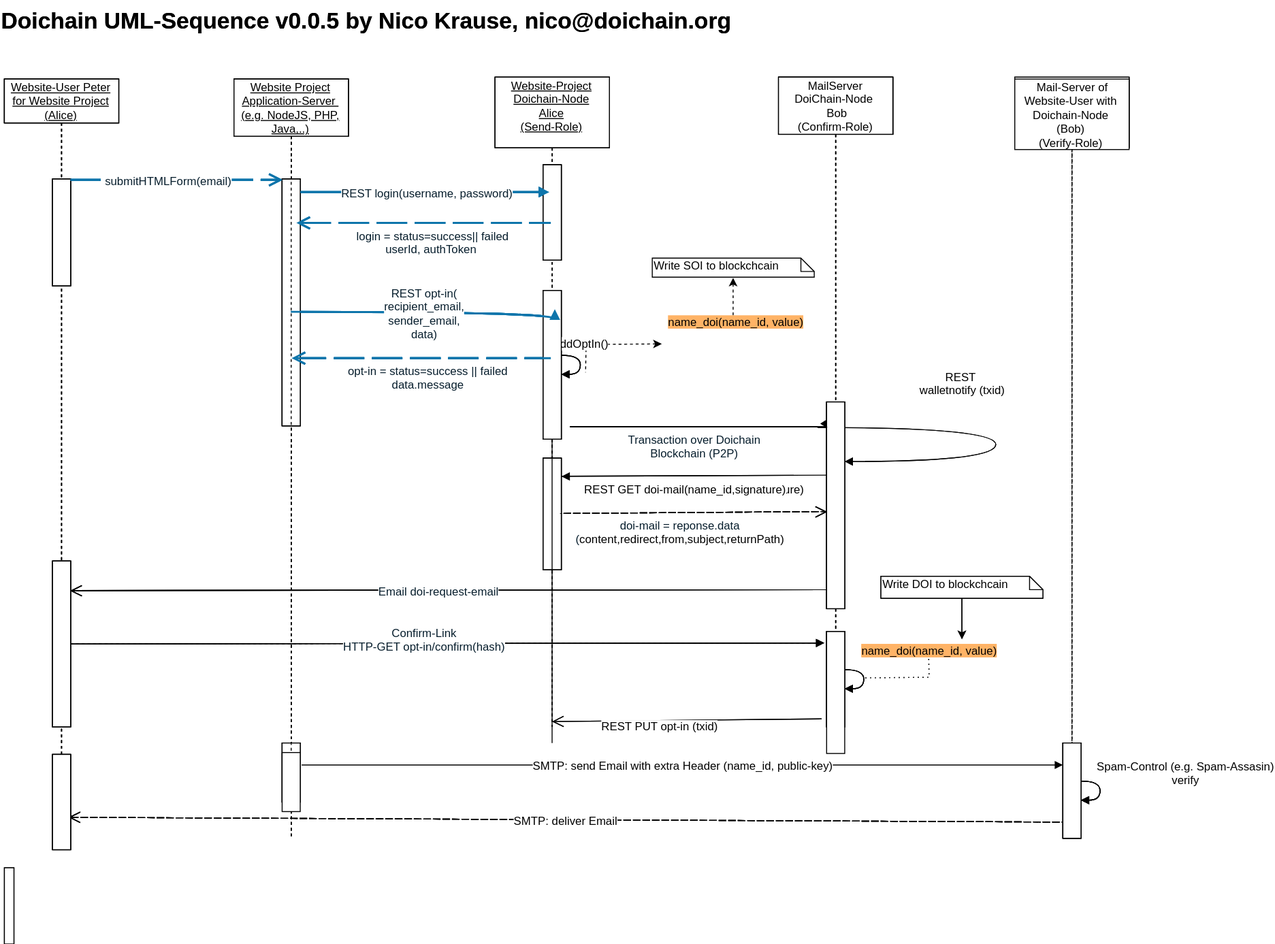
Earlier version of the draw.io export doc/uml/sequence.svg (Doichain/dapp). Source tidied: cells renumbered, new cells last; positions are measured from the earlier drawing's top-left corner, leaving out a move shared by most shapes.
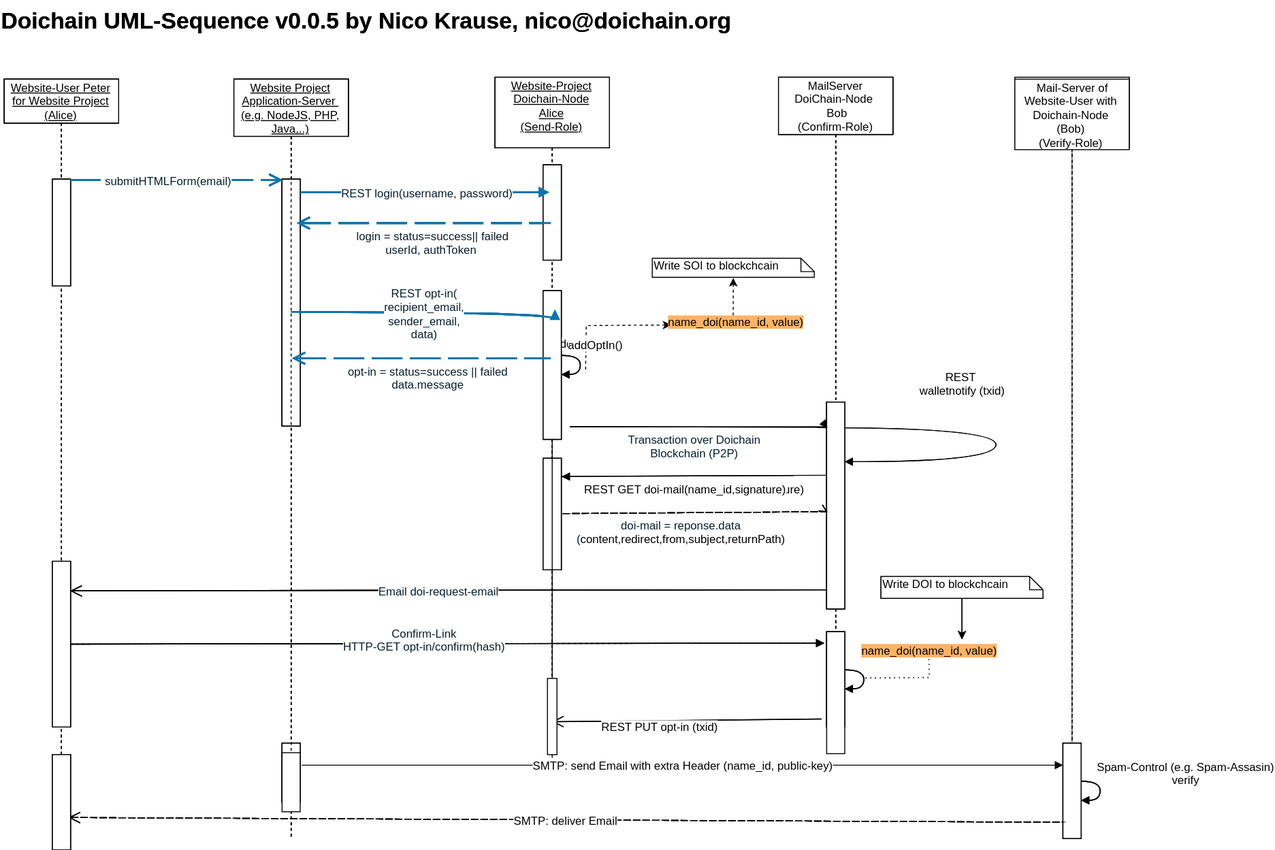
After the change.

Commit message:
updated sequence uml diagram and whitepaper

The edit, as a diff of the source:
```diff
@@ -305,14 +305,12 @@
         <mxPoint y="5" as="offset" />
       </mxGeometry>
     </mxCell>
-    <mxCell id="66" style="html=1;perimeter=orthogonalPerimeter;" parent="1" vertex="1">
-      <mxGeometry y="910" width="10" height="80" as="geometry" />
-    </mxCell>
     <mxCell id="67" style="edgeStyle=orthogonalEdgeStyle;rounded=0;html=1;exitX=1;exitY=0.75;entryX=1;entryY=0.75;startArrow=none;startFill=0;endArrow=classic;endFill=1;jettySize=auto;orthogonalLoop=1;strokeColor=#000000;" parent="1" edge="1" source="219" target="219">
       <mxGeometry relative="1" as="geometry" />
     </mxCell>
-    <mxCell id="68" style="edgeStyle=orthogonalEdgeStyle;rounded=0;html=1;dashed=1;startArrow=classic;startFill=1;endArrow=none;endFill=0;jettySize=auto;strokeColor=#000000;" parent="1" edge="1" source="133">
+    <mxCell id="68" style="edgeStyle=orthogonalEdgeStyle;rounded=0;html=1;dashed=1;startArrow=classic;startFill=1;endArrow=none;endFill=0;jettySize=auto;orthogonalLoop=1;strokeColor=#000000;" parent="1" edge="1">
       <mxGeometry relative="1" as="geometry">
+        <mxPoint x="700" y="340" as="sourcePoint" />
         <mxPoint x="610" y="390" as="targetPoint" />
       </mxGeometry>
     </mxCell>
@@ -610,9 +608,6 @@
         <mxPoint y="5" as="offset" />
       </mxGeometry>
     </mxCell>
-    <mxCell id="131" style="html=1;points=[];perimeter=orthogonalPerimeter;" parent="69" vertex="1">
-      <mxGeometry y="910" width="10" height="80" as="geometry" />
-    </mxCell>
     <mxCell id="132" style="edgeStyle=orthogonalEdgeStyle;rounded=0;html=1;exitX=1;exitY=0.75;entryX=1;entryY=0.75;startArrow=none;startFill=0;endArrow=classic;endFill=1;jettySize=auto;orthogonalLoop=1;strokeColor=#000000;" parent="69" edge="1">
       <mxGeometry relative="1" as="geometry" />
     </mxCell>
@@ -748,7 +743,7 @@
     </mxCell>
     <mxCell id="165" value="&lt;div style=&quot;&quot;&gt;&lt;span style=&quot;font-size:12px;font-family:Arial; line-height: normal;&quot;&gt;addOptIn()&lt;span style=&quot;text-decoration:none; line-height: normal;&quot;&gt;&lt;br /&gt;&lt;/span&gt;&lt;/span&gt;&lt;/div&gt;" style="text;html=1;nl2Br=0;labelBackgroundColor=#FFFFFF;html=1;nl2Br=0;verticalAlign=middle;align=center;spacingLeft=0.0;spacingRight=0;gliffyId=38;" parent="164" vertex="1">
       <mxGeometry x="-0.09" relative="1" as="geometry">
-        <mxPoint y="-20" as="offset" />
+        <mxPoint x="15" y="-19" as="offset" />
       </mxGeometry>
     </mxCell>
     <mxCell id="166" style="shape=rect;shadow=0;strokeWidth=1;fillColor=#FFFFFF;strokeColor=#000000;opacity=100.0;gliffyId=41;" parent="134" vertex="1">
@@ -1049,7 +1044,7 @@
         </Array>
       </mxGeometry>
     </mxCell>
-    <mxCell id="228" style="shape=filledEdge;strokeWidth=1;strokeColor=#000000;fillColor=none;startArrow=none;startFill=0;startSize=6;endArrow=none;endFill=1;endSize=6;rounded=0;curved=1;edgeStyle=orthogonalEdgeStyle;html=1;nl2Br=0;gliffyId=39;edgeStyle=orthogonalEdgeStyle;" parent="184" edge="1" source="203">
+    <mxCell id="228" style="shape=filledEdge;strokeWidth=1;strokeColor=#000000;fillColor=none;startArrow=none;startFill=0;startSize=6;endArrow=none;endFill=1;endSize=6;rounded=0;curved=1;edgeStyle=orthogonalEdgeStyle;html=1;nl2Br=0;gliffyId=39;edgeStyle=orthogonalEdgeStyle;" parent="184" edge="1" source="131">
       <mxGeometry relative="1" as="geometry">
         <mxPoint x="574.9" y="779" as="targetPoint" />
       </mxGeometry>
@@ -1060,5 +1055,17 @@
         <mxPoint as="targetPoint" />
       </mxGeometry>
     </mxCell>
+    <mxCell id="131" style="html=1;points=[];perimeter=orthogonalPerimeter;" parent="184" vertex="1">
+      <mxGeometry x="570" y="711" width="10" height="80" as="geometry" />
+    </mxCell>
+    <mxCell id="230" style="shape=filledEdge;strokeWidth=1;strokeColor=#000000;fillColor=none;startArrow=none;startFill=0;startSize=6;endArrow=none;endFill=1;endSize=6;rounded=0;curved=1;edgeStyle=orthogonalEdgeStyle;html=1;nl2Br=0;gliffyId=39;edgeStyle=orthogonalEdgeStyle;" parent="184" edge="1" source="203" target="131">
+      <mxGeometry relative="1" as="geometry" />
+    </mxCell>
+    <mxCell id="231" style="edgeStyle=orthogonalEdgeStyle;rounded=0;html=1;entryX=-Infinity;entryY=NaN;entryPerimeter=0;jettySize=auto;orthogonalLoop=1;" parent="230" edge="1">
+      <mxGeometry relative="1" as="geometry">
+        <mxPoint x="596.9" y="487.1" as="sourcePoint" />
+        <mxPoint as="targetPoint" />
+      </mxGeometry>
+    </mxCell>
   </root>
 </mxGraphModel>
```
